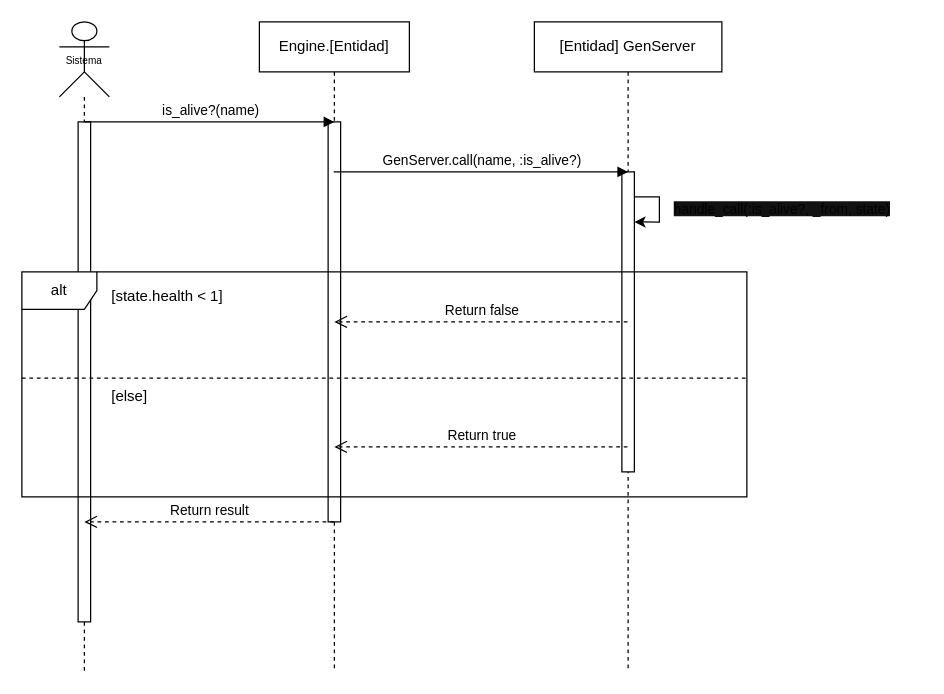
This is diagrams/engine/caso_uso_consultar_si_esta_vivo.drawio from ThAlsay/Hephaestus, a draw.io file, before an edit. Source tidied: cells renumbered, new cells numbered last; positions are measured from the earlier drawing's top-left corner, leaving out a move shared by most shapes. Both pictures are drawn from the tidied source at 125%, with x=0, y=0 at pixel (21, 21).
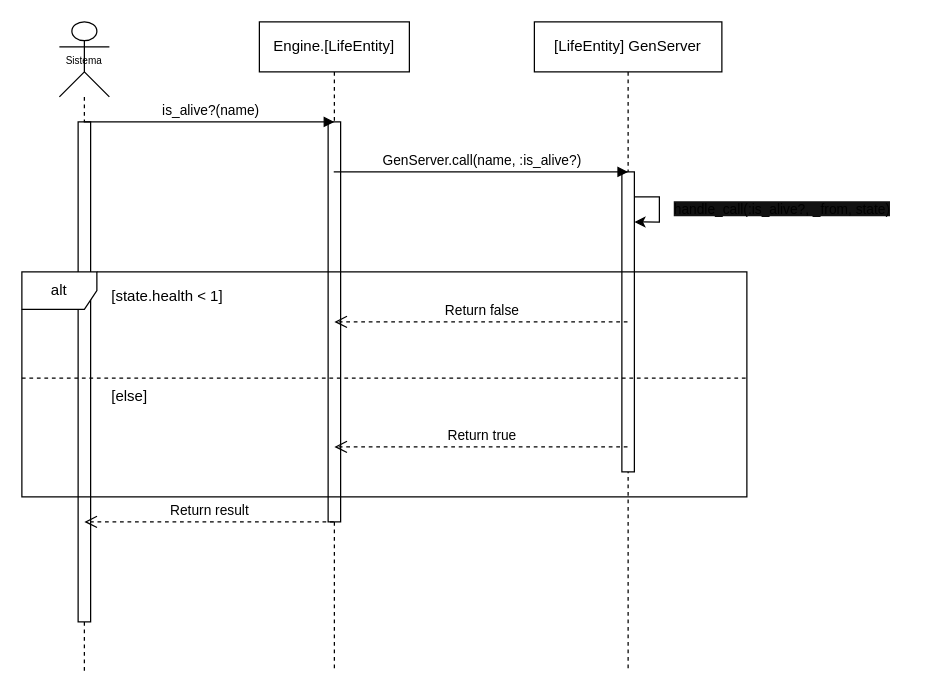
Above is the later version.

The edit, as a diff of the source:
```diff
@@
-    <mxCell id="4" value="Engine.[Entidad]" style="shape=umlLifeline;perimeter=lifelinePerimeter;whiteSpace=wrap;html=1;outlineConnect=0;" parent="1" vertex="1">
+    <mxCell id="4" value="Engine.[LifeEntity]" style="shape=umlLifeline;perimeter=lifelinePerimeter;whiteSpace=wrap;html=1;outlineConnect=0;" parent="1" vertex="1">
       <mxGeometry x="190" width="120" height="520" as="geometry" />
     </mxCell>
@@
-    <mxCell id="6" value="[Entidad] GenServer" style="shape=umlLifeline;perimeter=lifelinePerimeter;whiteSpace=wrap;html=1;outlineConnect=0;" parent="1" vertex="1">
+    <mxCell id="6" value="[LifeEntity] GenServer" style="shape=umlLifeline;perimeter=lifelinePerimeter;whiteSpace=wrap;html=1;outlineConnect=0;" parent="1" vertex="1">
       <mxGeometry x="410" width="150" height="520" as="geometry" />
     </mxCell>
```
